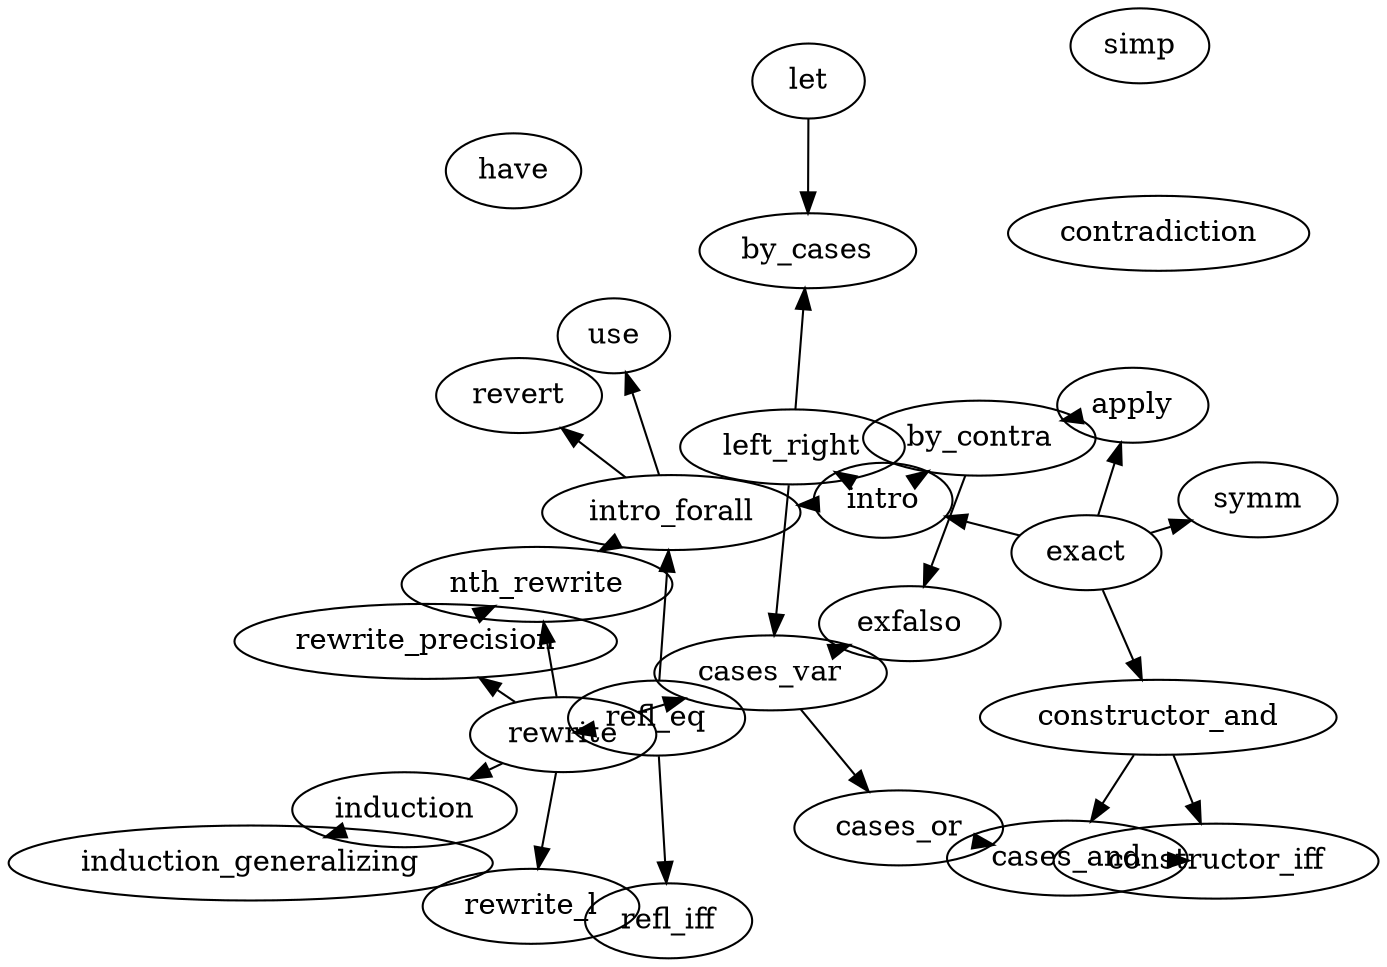
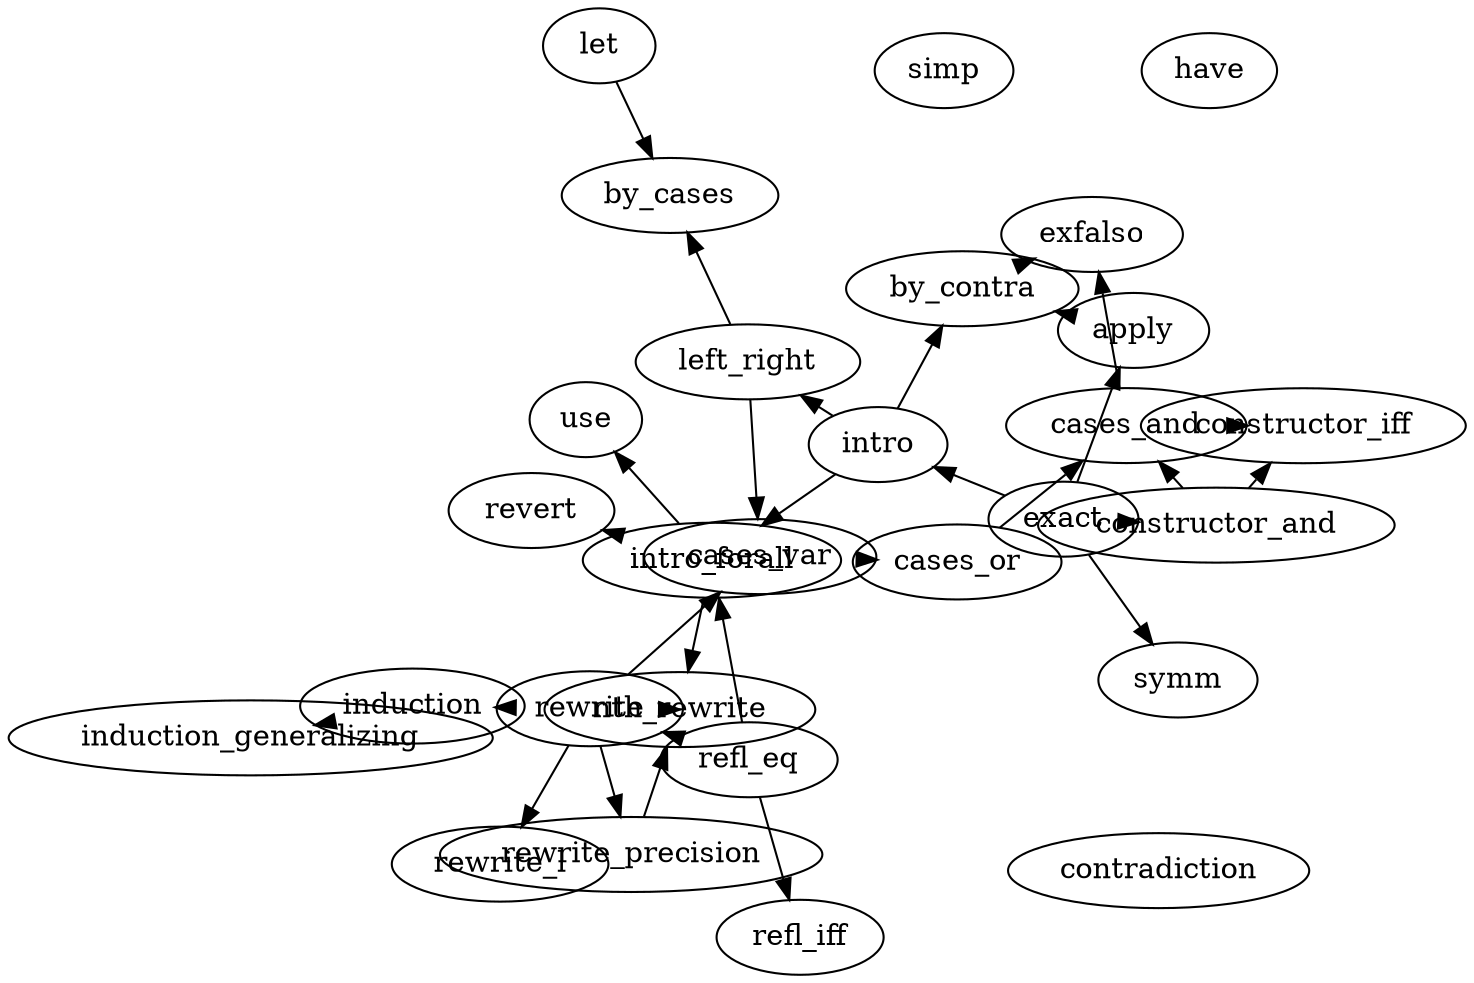
digraph tactic_dep {
    layout="neato"
    start=3

    refl_eq
    refl_iff

    refl_eq -> refl_iff

    rewrite
    refl_eq -> rewrite

    rewrite_l
    {rewrite} -> rewrite_l

    rewrite_precision
    {rewrite} -> rewrite_precision

    nth_rewrite
    {rewrite; rewrite_precision; intro_forall/*认识∀符号*/} -> nth_rewrite

    exact

    apply
    exact -> apply

    intro
    {exact} -> intro

    intro_forall
    {intro; refl_eq} -> intro_forall

    constructor_and
    {exact} -> constructor_and

    constructor_iff
    {constructor_and; cases_and} -> constructor_iff

    left_right
    {intro} -> left_right

    cases_var
    {rewrite; left_right} -> cases_var

    cases_or
    {cases_var} -> cases_or

    cases_and
    {cases_or; constructor_and} -> cases_and

    // TODO
    by_cases
    {left_right; let} -> by_cases

    induction
    {rewrite} -> induction

    // TODO
    induction_generalizing
    {induction} -> induction_generalizing

    by_contra
    {intro; apply} -> by_contra

    exfalso
-     {cases_var; by_contra} -> exfalso
+     {cases_and; by_contra} -> exfalso

    revert
    {intro_forall} -> revert

    use
    {intro_forall} -> use

    // TODO
    contradiction

    // TODO
    have

    // TODO
    let

    // TODO
    symm
    {exact} -> symm

    // TODO
    simp // 高级

    // split
}